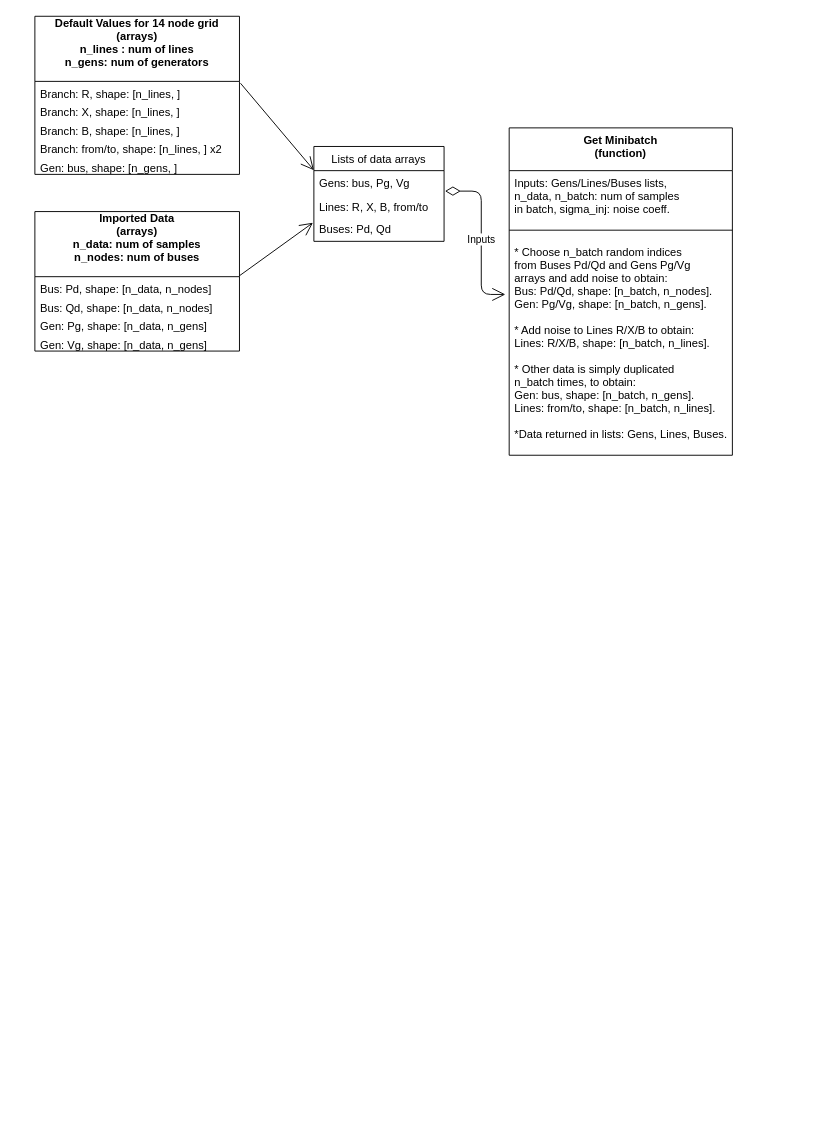
Above: GNN_PF.drawio in tanushBee/hello-world (draw.io), before the change. Source tidied: cells renumbered, new cells numbered last; positions are measured from the earlier drawing's top-left corner, leaving out a move shared by most shapes. Both pictures are drawn from the tidied source at 93%, with x=0, y=0 at pixel (34, 16).
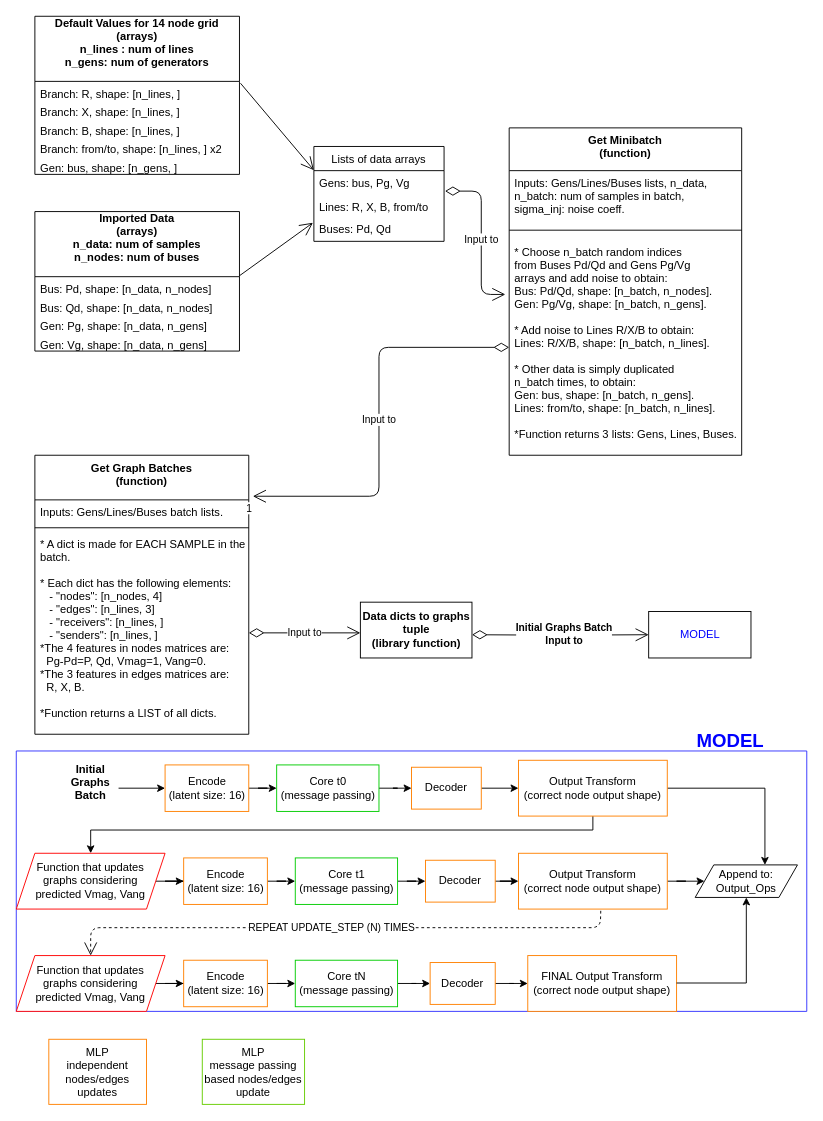
The same page after the edit.

Unchanged cells that the change refers to:
```xml
<mxCell id="21" value="Lines: R, X, B, from/to" style="text;strokeColor=none;fillColor=none;align=left;verticalAlign=top;spacingLeft=4;spacingRight=4;overflow=hidden;points=[[0,0.5],[1,0.5]];portConstraint=eastwest;" parent="19" vertex="1">
  <mxGeometry y="52" width="140" height="24" as="geometry" />
</mxCell>
```

Diff of the diagram source:
```diff
@@
+    <mxCell id="24" style="verticalLabelPosition=bottom;verticalAlign=top;html=1;shape=mxgraph.basic.rect;fillColor2=none;strokeWidth=1;size=20;indent=5;rotation=0;labelBorderColor=#0000FF;strokeColor=#3333FF;" parent="1" vertex="1">
+      <mxGeometry x="-20" y="790" width="850" height="280" as="geometry" />
+    </mxCell>
@@
     <mxCell id="15" value="Get Minibatch&#10;(function)&#10;" style="swimlane;fontStyle=1;align=center;verticalAlign=top;horizontal=1;startSize=46;" parent="1" vertex="1">
-      <mxGeometry x="510" y="120" width="240" height="352" as="geometry" />
+      <mxGeometry x="510" y="120" width="250" height="352" as="geometry" />
     </mxCell>
-    <mxCell id="16" value="Inputs: Gens/Lines/Buses lists, &#10;n_data, n_batch: num of samples &#10;in batch, sigma_inj: noise coeff.&#10;&#10;" style="text;strokeColor=none;fillColor=none;align=left;verticalAlign=top;spacingLeft=4;spacingRight=4;overflow=hidden;" parent="15" vertex="1">
-      <mxGeometry y="46" width="240" height="54" as="geometry" />
+    <mxCell id="16" value="Inputs: Gens/Lines/Buses lists, n_data,&#10; n_batch: num of samples in batch,&#10; sigma_inj: noise coeff.&#10;&#10;" style="text;strokeColor=none;fillColor=none;align=left;verticalAlign=top;spacingLeft=4;spacingRight=4;overflow=hidden;" parent="15" vertex="1">
+      <mxGeometry y="46" width="250" height="54" as="geometry" />
     </mxCell>
     <mxCell id="17" style="line;strokeWidth=1;fillColor=none;align=left;verticalAlign=middle;spacingTop=-1;spacingLeft=3;spacingRight=3;labelPosition=right;" parent="15" vertex="1">
-      <mxGeometry y="100" width="240" height="20" as="geometry" />
+      <mxGeometry y="100" width="250" height="20" as="geometry" />
     </mxCell>
-    <mxCell id="18" value="* Choose n_batch random indices &#10;from Buses Pd/Qd and Gens Pg/Vg&#10;arrays and add noise to obtain:&#10;Bus: Pd/Qd, shape: [n_batch, n_nodes].&#10;Gen: Pg/Vg, shape: [n_batch, n_gens].&#10;&#10;* Add noise to Lines R/X/B to obtain:&#10;Lines: R/X/B, shape: [n_batch, n_lines].&#10;&#10;* Other data is simply duplicated  &#10;n_batch times, to obtain:&#10;Gen: bus, shape: [n_batch, n_gens].&#10;Lines: from/to, shape: [n_batch, n_lines].&#10;&#10;*Data returned in lists: Gens, Lines, Buses.&#10; " style="text;strokeColor=none;fillColor=none;align=left;verticalAlign=top;spacingLeft=4;spacingRight=4;overflow=hidden;points=[[0,0.5],[1,0.5]];portConstraint=eastwest;" parent="15" vertex="1">
-      <mxGeometry y="120" width="240" height="232" as="geometry" />
+    <mxCell id="18" value="* Choose n_batch random indices &#10;from Buses Pd/Qd and Gens Pg/Vg&#10;arrays and add noise to obtain:&#10;Bus: Pd/Qd, shape: [n_batch, n_nodes].&#10;Gen: Pg/Vg, shape: [n_batch, n_gens].&#10;&#10;* Add noise to Lines R/X/B to obtain:&#10;Lines: R/X/B, shape: [n_batch, n_lines].&#10;&#10;* Other data is simply duplicated  &#10;n_batch times, to obtain:&#10;Gen: bus, shape: [n_batch, n_gens].&#10;Lines: from/to, shape: [n_batch, n_lines].&#10;&#10;*Function returns 3 lists: Gens, Lines, Buses.&#10; " style="text;strokeColor=none;fillColor=none;align=left;verticalAlign=top;spacingLeft=4;spacingRight=4;overflow=hidden;points=[[0,0.5],[1,0.5]];portConstraint=eastwest;" parent="15" vertex="1">
+      <mxGeometry y="120" width="250" height="232" as="geometry" />
     </mxCell>
@@
-    <mxCell id="23" value="Inputs" style="endArrow=open;html=1;endSize=12;startArrow=diamondThin;startSize=14;startFill=0;edgeStyle=orthogonalEdgeStyle;exitX=1.007;exitY=-0.167;exitDx=0;exitDy=0;exitPerimeter=0;entryX=-0.017;entryY=0.341;entryDx=0;entryDy=0;entryPerimeter=0;" parent="1" edge="1" source="21">
+    <mxCell id="23" value="Input to" style="endArrow=open;html=1;endSize=12;startArrow=diamondThin;startSize=14;startFill=0;edgeStyle=orthogonalEdgeStyle;exitX=1.007;exitY=-0.167;exitDx=0;exitDy=0;exitPerimeter=0;entryX=-0.017;entryY=0.341;entryDx=0;entryDy=0;entryPerimeter=0;" parent="1" edge="1" source="21">
       <mxGeometry x="0.03" relative="1" as="geometry">
         <mxPoint x="505.9" y="299.1" as="targetPoint" />
         <Array as="points">
           <mxPoint x="480" y="188" />
           <mxPoint x="480" y="299" />
         </Array>
       </mxGeometry>
     </mxCell>
+    <mxCell id="25" value="Get Graph Batches&#10;(function)" style="swimlane;fontStyle=1;align=center;verticalAlign=top;horizontal=1;startSize=48;" parent="1" vertex="1">
+      <mxGeometry y="472" width="230" height="300" as="geometry" />
+    </mxCell>
+    <mxCell id="26" value="Inputs: Gens/Lines/Buses batch lists." style="text;strokeColor=none;fillColor=none;align=left;verticalAlign=top;spacingLeft=4;spacingRight=4;overflow=hidden;" parent="25" vertex="1">
+      <mxGeometry y="48" width="230" height="26" as="geometry" />
+    </mxCell>
+    <mxCell id="27" style="line;strokeWidth=1;fillColor=none;align=left;verticalAlign=middle;spacingTop=-1;spacingLeft=3;spacingRight=3;labelPosition=right;" parent="25" vertex="1">
+      <mxGeometry y="74" width="230" height="8" as="geometry" />
+    </mxCell>
+    <mxCell id="28" value="* A dict is made for EACH SAMPLE in the&#10;batch. &#10;&#10;* Each dict has the following elements:&#10;   - &quot;nodes&quot;: [n_nodes, 4]&#10;   - &quot;edges&quot;: [n_lines, 3]&#10;   - &quot;receivers&quot;: [n_lines, ]&#10;   - &quot;senders&quot;: [n_lines, ]&#10;*The 4 features in nodes matrices are:&#10;  Pg-Pd=P, Qd, Vmag=1, Vang=0. &#10;*The 3 features in edges matrices are:&#10;  R, X, B.&#10;&#10;*Function returns a LIST of all dicts.&#10;&#10;&#10;&#10;" style="text;strokeColor=none;fillColor=none;align=left;verticalAlign=top;spacingLeft=4;spacingRight=4;overflow=hidden;points=[[0,0.5],[1,0.5]];portConstraint=eastwest;" parent="25" vertex="1">
+      <mxGeometry y="82" width="230" height="218" as="geometry" />
+    </mxCell>
+    <mxCell id="29" value="Input to" style="endArrow=open;html=1;endSize=12;startArrow=diamondThin;startSize=14;startFill=0;edgeStyle=orthogonalEdgeStyle;" parent="1" edge="1" source="28">
+      <mxGeometry relative="1" as="geometry">
+        <mxPoint x="350" y="663" as="targetPoint" />
+      </mxGeometry>
+    </mxCell>
+    <mxCell id="30" value="&lt;div&gt;Data dicts to graphs&lt;/div&gt;&lt;div&gt;tuple&lt;/div&gt;&lt;div&gt;(library function)&lt;br&gt;&lt;/div&gt;" style="html=1;fontStyle=1;" parent="1" vertex="1">
+      <mxGeometry x="350" y="630" width="120" height="60" as="geometry" />
+    </mxCell>
+    <mxCell id="31" value="Input to" style="endArrow=open;html=1;endSize=12;startArrow=diamondThin;startSize=14;startFill=0;edgeStyle=orthogonalEdgeStyle;entryX=1.019;entryY=0.147;entryDx=0;entryDy=0;entryPerimeter=0;" parent="1" edge="1" source="18" target="25">
+      <mxGeometry relative="1" as="geometry" />
+    </mxCell>
+    <mxCell id="32" value="1" style="edgeLabel;html=1;align=right;verticalAlign=top;" parent="31" vertex="1">
+      <mxGeometry x="1" relative="1" as="geometry" />
+    </mxCell>
+    <mxCell id="33" value="&lt;font color=&quot;#0000FF&quot;&gt;MODEL&lt;/font&gt;" style="html=1;" parent="1" vertex="1">
+      <mxGeometry x="660" y="640" width="110" height="50" as="geometry" />
+    </mxCell>
+    <mxCell id="34" value="&lt;div&gt;Initial Graphs Batch&lt;/div&gt;&lt;div&gt;Input to&lt;br&gt;&lt;/div&gt;" style="endArrow=open;html=1;endSize=12;startArrow=diamondThin;startSize=14;startFill=0;edgeStyle=orthogonalEdgeStyle;fontStyle=1;" parent="1" edge="1" target="33">
+      <mxGeometry x="0.05" relative="1" as="geometry">
+        <mxPoint x="470" y="665" as="sourcePoint" />
+      </mxGeometry>
+    </mxCell>
+    <mxCell id="35" style="edgeStyle=orthogonalEdgeStyle;rounded=0;jettySize=auto;html=1;" parent="1" edge="1" source="36" target="38">
+      <mxGeometry relative="1" as="geometry" />
+    </mxCell>
+    <mxCell id="36" value="&lt;div&gt;Encode&lt;/div&gt;(latent size: 16)" style="html=1;strokeColor=#FF8000;" parent="1" vertex="1">
+      <mxGeometry x="140" y="805" width="90" height="50" as="geometry" />
+    </mxCell>
+    <mxCell id="37" style="edgeStyle=orthogonalEdgeStyle;rounded=0;jettySize=auto;html=1;" parent="1" edge="1" source="38" target="40">
+      <mxGeometry relative="1" as="geometry" />
+    </mxCell>
+    <mxCell id="38" value="&lt;div&gt;Core t0&lt;br&gt;&lt;/div&gt;&lt;div&gt;(message passing)&lt;br&gt;&lt;/div&gt;" style="html=1;strokeColor=#00CC00;" parent="1" vertex="1">
+      <mxGeometry x="260" y="805" width="110" height="50" as="geometry" />
+    </mxCell>
+    <mxCell id="39" style="edgeStyle=orthogonalEdgeStyle;rounded=0;jettySize=auto;html=1;" parent="1" edge="1" source="40" target="43">
+      <mxGeometry relative="1" as="geometry" />
+    </mxCell>
+    <mxCell id="40" value="Decoder" style="whiteSpace=wrap;html=1;strokeColor=#FF8000;" parent="1" vertex="1">
+      <mxGeometry x="405" y="807.5" width="75" height="45" as="geometry" />
+    </mxCell>
+    <mxCell id="41" style="edgeStyle=orthogonalEdgeStyle;rounded=0;jettySize=auto;html=1;" parent="1" edge="1" source="43" target="44">
+      <mxGeometry relative="1" as="geometry">
+        <Array as="points">
+          <mxPoint x="785" y="830" />
+        </Array>
+      </mxGeometry>
+    </mxCell>
+    <mxCell id="42" style="edgeStyle=orthogonalEdgeStyle;rounded=0;jettySize=auto;html=1;entryX=0.5;entryY=0;entryDx=0;entryDy=0;" parent="1" edge="1" source="43" target="48">
+      <mxGeometry relative="1" as="geometry">
+        <Array as="points">
+          <mxPoint x="600" y="875" />
+          <mxPoint x="60" y="875" />
+        </Array>
+      </mxGeometry>
+    </mxCell>
+    <mxCell id="43" value="&lt;div&gt;Output Transform&lt;/div&gt;&lt;div&gt;(correct node output shape)&lt;br&gt;&lt;/div&gt;" style="whiteSpace=wrap;html=1;strokeColor=#FF8000;" parent="1" vertex="1">
+      <mxGeometry x="520" y="800" width="160" height="60" as="geometry" />
+    </mxCell>
+    <mxCell id="44" value="&lt;div&gt;Append to:&lt;/div&gt;&lt;div&gt;Output_Ops&lt;br&gt;&lt;/div&gt;" style="shape=parallelogram;perimeter=parallelogramPerimeter;whiteSpace=wrap;html=1;fixedSize=1;" parent="1" vertex="1">
+      <mxGeometry x="710" y="912.5" width="110" height="35" as="geometry" />
+    </mxCell>
+    <mxCell id="45" style="edgeStyle=orthogonalEdgeStyle;rounded=0;jettySize=auto;html=1;" parent="1" edge="1" source="46" target="36">
+      <mxGeometry relative="1" as="geometry" />
+    </mxCell>
+    <mxCell id="46" value="Initial&#10;Graphs&#10;Batch&#10;" style="text;align=center;fontStyle=1;verticalAlign=middle;spacingLeft=3;spacingRight=3;strokeColor=none;points=[[0,0.5],[1,0.5]];portConstraint=eastwest;" parent="1" vertex="1">
+      <mxGeometry x="30" y="817" width="60" height="26" as="geometry" />
+    </mxCell>
+    <mxCell id="47" style="edgeStyle=orthogonalEdgeStyle;rounded=0;jettySize=auto;html=1;" parent="1" edge="1" source="48" target="50">
+      <mxGeometry relative="1" as="geometry" />
+    </mxCell>
+    <mxCell id="48" value="&lt;div&gt;Function that updates&lt;/div&gt;&lt;div&gt;graphs considering&lt;/div&gt;&lt;div&gt;predicted Vmag, Vang&lt;br&gt;&lt;/div&gt;" style="shape=parallelogram;perimeter=parallelogramPerimeter;whiteSpace=wrap;html=1;fixedSize=1;strokeColor=#FF0000;" parent="1" vertex="1">
+      <mxGeometry x="-20" y="900" width="160" height="60" as="geometry" />
+    </mxCell>
+    <mxCell id="49" style="edgeStyle=orthogonalEdgeStyle;rounded=0;jettySize=auto;html=1;" parent="1" edge="1" source="50" target="52">
+      <mxGeometry relative="1" as="geometry" />
+    </mxCell>
+    <mxCell id="50" value="&lt;div&gt;Encode&lt;/div&gt;(latent size: 16)" style="html=1;strokeColor=#FF8000;" parent="1" vertex="1">
+      <mxGeometry x="160" y="905" width="90" height="50" as="geometry" />
+    </mxCell>
+    <mxCell id="51" style="edgeStyle=orthogonalEdgeStyle;rounded=0;jettySize=auto;html=1;" parent="1" edge="1" source="52" target="54">
+      <mxGeometry relative="1" as="geometry" />
+    </mxCell>
+    <mxCell id="52" value="&lt;div&gt;Core t1&lt;br&gt;&lt;/div&gt;&lt;div&gt;(message passing)&lt;br&gt;&lt;/div&gt;" style="html=1;strokeColor=#00CC00;" parent="1" vertex="1">
+      <mxGeometry x="280" y="905" width="110" height="50" as="geometry" />
+    </mxCell>
+    <mxCell id="53" style="edgeStyle=orthogonalEdgeStyle;rounded=0;jettySize=auto;html=1;" parent="1" edge="1" source="54" target="56">
+      <mxGeometry relative="1" as="geometry" />
+    </mxCell>
+    <mxCell id="54" value="Decoder" style="whiteSpace=wrap;html=1;strokeColor=#FF8000;" parent="1" vertex="1">
+      <mxGeometry x="420" y="907.5" width="75" height="45" as="geometry" />
+    </mxCell>
+    <mxCell id="55" style="edgeStyle=orthogonalEdgeStyle;rounded=0;jettySize=auto;html=1;" parent="1" edge="1" source="56" target="44">
+      <mxGeometry relative="1" as="geometry" />
+    </mxCell>
+    <mxCell id="56" value="&lt;div&gt;Output Transform&lt;/div&gt;&lt;div&gt;(correct node output shape)&lt;br&gt;&lt;/div&gt;" style="whiteSpace=wrap;html=1;strokeColor=#FF8000;" parent="1" vertex="1">
+      <mxGeometry x="520" y="900" width="160" height="60" as="geometry" />
+    </mxCell>
+    <mxCell id="57" value="REPEAT UPDATE_STEP (N) TIMES" style="endArrow=open;endSize=12;dashed=1;html=1;exitX=0.553;exitY=1.031;exitDx=0;exitDy=0;exitPerimeter=0;entryX=0.5;entryY=0;entryDx=0;entryDy=0;" parent="1" edge="1" source="56" target="59">
+      <mxGeometry x="0.03" relative="1" as="geometry">
+        <Array as="points">
+          <mxPoint x="608" y="980" />
+          <mxPoint x="60" y="980" />
+        </Array>
+      </mxGeometry>
+    </mxCell>
+    <mxCell id="58" style="edgeStyle=orthogonalEdgeStyle;rounded=0;jettySize=auto;html=1;" parent="1" edge="1" source="59" target="61">
+      <mxGeometry relative="1" as="geometry" />
+    </mxCell>
+    <mxCell id="59" value="&lt;div&gt;Function that updates&lt;/div&gt;&lt;div&gt;graphs considering&lt;/div&gt;&lt;div&gt;predicted Vmag, Vang&lt;br&gt;&lt;/div&gt;" style="shape=parallelogram;perimeter=parallelogramPerimeter;whiteSpace=wrap;html=1;fixedSize=1;strokeColor=#FF0000;" parent="1" vertex="1">
+      <mxGeometry x="-20" y="1010" width="160" height="60" as="geometry" />
+    </mxCell>
+    <mxCell id="60" style="edgeStyle=orthogonalEdgeStyle;rounded=0;jettySize=auto;html=1;" parent="1" edge="1" source="61" target="63">
+      <mxGeometry relative="1" as="geometry" />
+    </mxCell>
+    <mxCell id="61" value="&lt;div&gt;Encode&lt;/div&gt;(latent size: 16)" style="html=1;strokeColor=#FF8000;" parent="1" vertex="1">
+      <mxGeometry x="160" y="1015" width="90" height="50" as="geometry" />
+    </mxCell>
+    <mxCell id="62" style="edgeStyle=orthogonalEdgeStyle;rounded=0;jettySize=auto;html=1;" parent="1" edge="1" source="63" target="65">
+      <mxGeometry relative="1" as="geometry" />
+    </mxCell>
+    <mxCell id="63" value="&lt;div&gt;Core tN&lt;br&gt;&lt;/div&gt;&lt;div&gt;(message passing)&lt;br&gt;&lt;/div&gt;" style="html=1;strokeColor=#00CC00;" parent="1" vertex="1">
+      <mxGeometry x="280" y="1015" width="110" height="50" as="geometry" />
+    </mxCell>
+    <mxCell id="64" style="edgeStyle=orthogonalEdgeStyle;rounded=0;jettySize=auto;html=1;" parent="1" edge="1" source="65" target="66">
+      <mxGeometry relative="1" as="geometry" />
+    </mxCell>
+    <mxCell id="65" value="Decoder" style="whiteSpace=wrap;html=1;strokeColor=#FF8000;" parent="1" vertex="1">
+      <mxGeometry x="425" y="1017.5" width="70" height="45" as="geometry" />
+    </mxCell>
+    <mxCell id="66" value="&lt;div&gt;FINAL Output Transform&lt;/div&gt;&lt;div&gt;(correct node output shape)&lt;br&gt;&lt;/div&gt;" style="whiteSpace=wrap;html=1;strokeColor=#FF8000;" parent="1" vertex="1">
+      <mxGeometry x="530" y="1010" width="160" height="60" as="geometry" />
+    </mxCell>
+    <mxCell id="67" style="edgeStyle=orthogonalEdgeStyle;rounded=0;jettySize=auto;html=1;entryX=0.5;entryY=1;entryDx=0;entryDy=0;" parent="1" edge="1" target="44">
+      <mxGeometry relative="1" as="geometry">
+        <mxPoint x="690" y="1039.5" as="sourcePoint" />
+        <Array as="points">
+          <mxPoint x="765" y="1040" />
+        </Array>
+      </mxGeometry>
+    </mxCell>
+    <mxCell id="68" value="&lt;font style=&quot;font-size: 20px&quot;&gt;&lt;b&gt;&lt;font style=&quot;font-size: 20px&quot; color=&quot;#0000FF&quot;&gt;MODEL&lt;/font&gt;&lt;/b&gt;&lt;/font&gt;" style="text;whiteSpace=wrap;html=1;" parent="1" vertex="1">
+      <mxGeometry x="710" y="760" width="70" height="30" as="geometry" />
+    </mxCell>
+    <mxCell id="69" value="&lt;div&gt;MLP&lt;/div&gt;&lt;div&gt;independent&lt;/div&gt;&lt;div&gt;nodes/edges&lt;/div&gt;&lt;div&gt;updates&lt;br&gt;&lt;/div&gt;" style="whiteSpace=wrap;html=1;strokeColor=#FF8000;" parent="1" vertex="1">
+      <mxGeometry x="15" y="1100" width="105" height="70" as="geometry" />
+    </mxCell>
+    <mxCell id="70" value="&lt;div&gt;MLP&lt;/div&gt;&lt;div&gt;message passing&lt;/div&gt;&lt;div&gt;based nodes/edges&lt;/div&gt;&lt;div&gt;update&lt;br&gt;&lt;/div&gt;" style="whiteSpace=wrap;html=1;strokeColor=#66CC00;" parent="1" vertex="1">
+      <mxGeometry x="180" y="1100" width="110" height="70" as="geometry" />
+    </mxCell>
```
